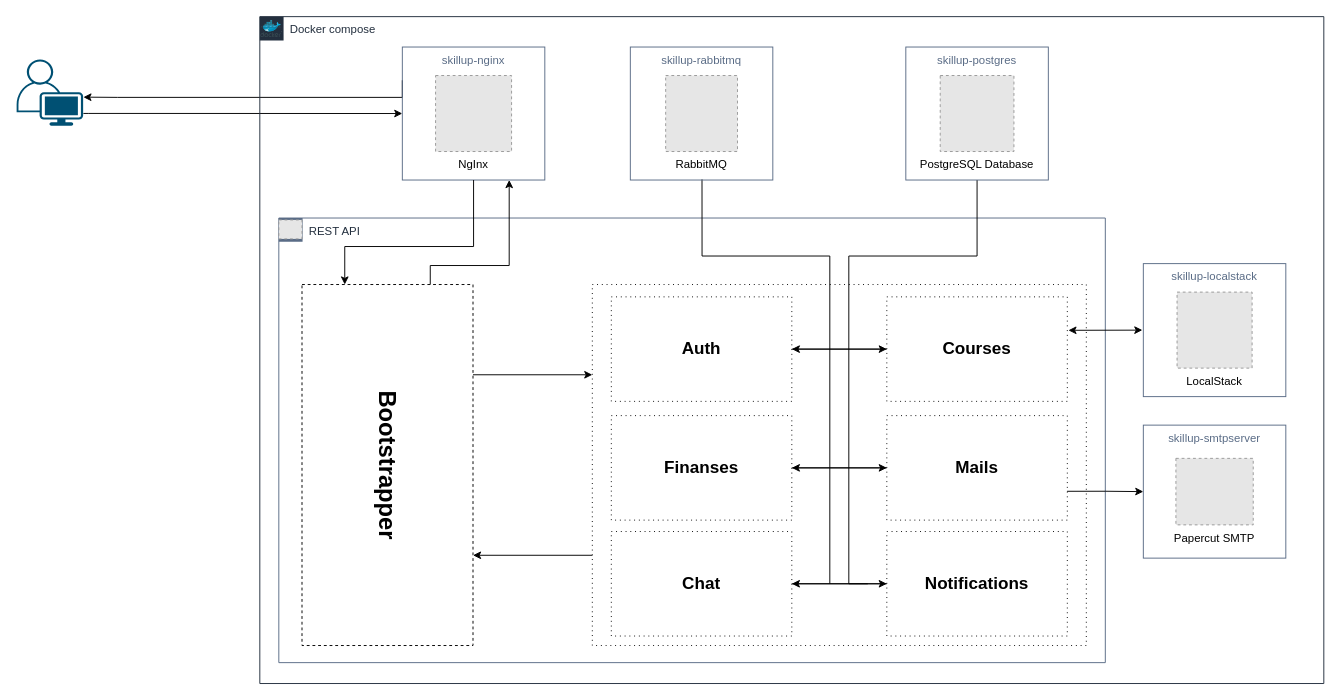
Above: page "Application-Dev" (2 of 2) of src/documentation/graphs.drawio in FriZiii/SkillUp (draw.io), before the change. Source tidied: cells renumbered, new cells numbered last; positions are measured from the earlier drawing's top-left corner, leaving out a move shared by most shapes. Both pictures are drawn from the tidied source at 95%, with x=0, y=0 at pixel (16, 16). Pictures stored in the file or linked from it are replaced by grey dashed boxes.
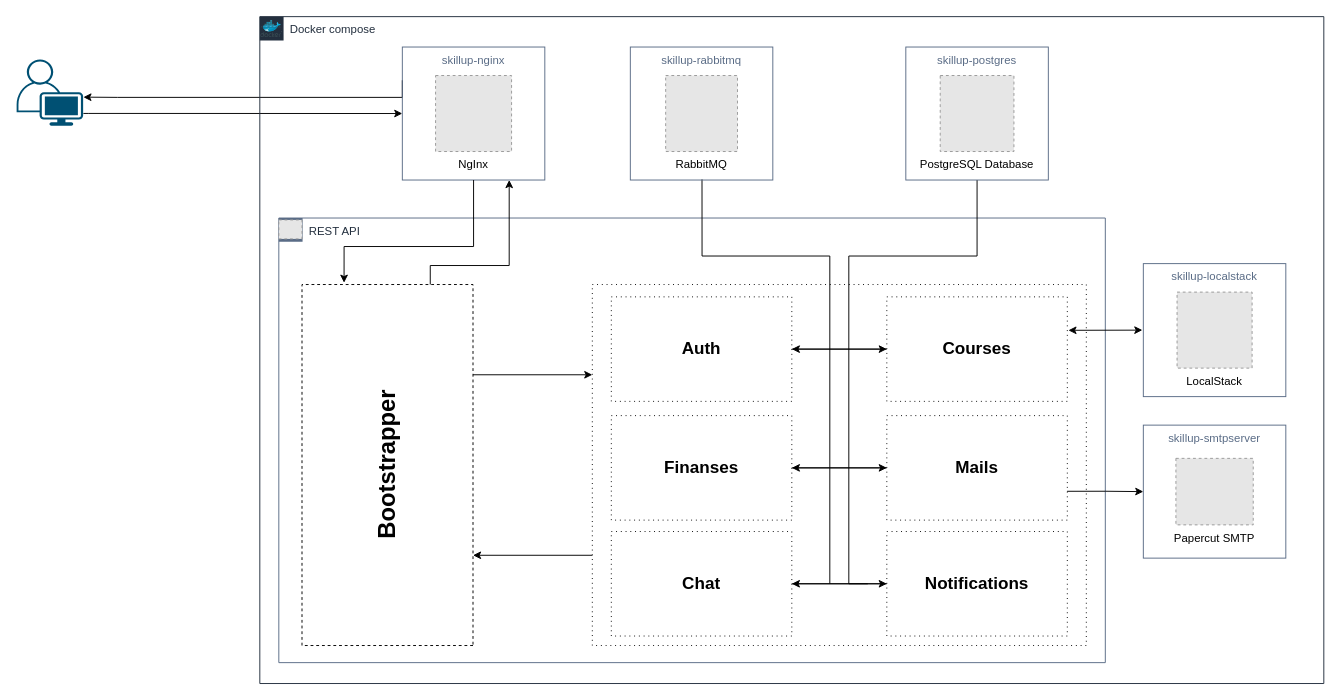
The same diagram, later.

Unchanged cells that the change refers to:
```xml
<mxCell id="5" value="Docker compose" style="gradientColor=none;html=1;whiteSpace=wrap;fontSize=12;fontStyle=0;shape=mxgraph.aws4.group;grIcon=mxgraph.aws4.group_aws_cloud_alt;strokeColor=#232F3E;fillColor=none;verticalAlign=top;align=left;spacingLeft=30;fontColor=#232F3E;dashed=0;" parent="1" vertex="1">
  <mxGeometry x="256" width="1120" height="702" as="geometry" />
</mxCell>
<mxCell id="7" value="skillup-nginx" style="fillColor=none;strokeColor=#5A6C86;verticalAlign=top;fontStyle=0;fontColor=#5A6C86;whiteSpace=wrap;html=1;" parent="5" vertex="1">
  <mxGeometry x="150" y="32" width="150" height="140" as="geometry" />
</mxCell>
<mxCell id="9" value="REST API" style="points=[[0,0],[0.25,0],[0.5,0],[0.75,0],[1,0],[1,0.25],[1,0.5],[1,0.75],[1,1],[0.75,1],[0.5,1],[0.25,1],[0,1],[0,0.75],[0,0.5],[0,0.25]];outlineConnect=0;gradientColor=none;html=1;whiteSpace=wrap;fontSize=12;fontStyle=0;shape=mxgraph.aws4.group;grIcon=mxgraph.aws4.group_aws_cloud_alt;strokeColor=#5A6C86;fillColor=none;verticalAlign=top;align=left;spacingLeft=30;fontColor=#232F3E;" parent="5" vertex="1">
  <mxGeometry x="20" y="212" width="870" height="468" as="geometry" />
</mxCell>
<mxCell id="11" value="&lt;h2&gt;&lt;br&gt;&lt;/h2&gt;" style="rounded=0;whiteSpace=wrap;html=1;dashed=1;dashPattern=1 4;fillColor=none;" parent="9" vertex="1">
  <mxGeometry x="330" y="70" width="520" height="380" as="geometry" />
</mxCell>
```

Change to the diagram source:
```diff
@@
-    <mxCell id="10" style="edgeStyle=orthogonalEdgeStyle;rounded=0;jettySize=auto;html=1;exitX=0;exitY=0.75;exitDx=0;exitDy=0;entryX=1;entryY=0.75;entryDx=0;entryDy=0;" parent="9" edge="1" source="11" target="14">
+    <mxCell id="10" style="edgeStyle=orthogonalEdgeStyle;rounded=0;jettySize=auto;html=1;exitX=0;exitY=0.75;exitDx=0;exitDy=0;entryX=0;entryY=0.25;entryDx=0;entryDy=0;" parent="9" edge="1" source="11" target="14">
       <mxGeometry relative="1" as="geometry" />
     </mxCell>
@@
-    <mxCell id="13" style="edgeStyle=orthogonalEdgeStyle;rounded=0;jettySize=auto;html=1;exitX=1;exitY=0.25;exitDx=0;exitDy=0;entryX=0;entryY=0.25;entryDx=0;entryDy=0;" parent="9" edge="1" source="14" target="11">
+    <mxCell id="13" style="edgeStyle=orthogonalEdgeStyle;rounded=0;jettySize=auto;html=1;exitX=0;exitY=0.75;exitDx=0;exitDy=0;entryX=0;entryY=0.25;entryDx=0;entryDy=0;" parent="9" edge="1" source="14" target="11">
       <mxGeometry relative="1" as="geometry" />
     </mxCell>
-    <mxCell id="14" value="&lt;h3 style=&quot;font-size: 25px;&quot;&gt;Bootstrapper&lt;/h3&gt;" style="rounded=0;whiteSpace=wrap;html=1;dashed=1;fillColor=none;flipH=0;flipV=0;fontSize=24;textDirection=vertical-lr;horizontal=1;verticalAlign=middle;align=center;labelPosition=center;verticalLabelPosition=middle;direction=east;" parent="9" vertex="1">
+    <mxCell id="14" value="&lt;h3 style=&quot;font-size: 25px;&quot;&gt;Bootstrapper&lt;/h3&gt;" style="rounded=0;whiteSpace=wrap;html=1;dashed=1;fillColor=none;flipH=0;flipV=0;fontSize=24;textDirection=vertical-lr;horizontal=1;verticalAlign=middle;align=center;labelPosition=center;verticalLabelPosition=middle;direction=east;rotation=-180;" parent="9" vertex="1">
       <mxGeometry x="24.4" y="70" width="180" height="380" as="geometry" />
     </mxCell>
@@
-    <mxCell id="28" style="edgeStyle=orthogonalEdgeStyle;rounded=0;jettySize=auto;html=1;entryX=0.25;entryY=0;entryDx=0;entryDy=0;" parent="5" edge="1" source="7" target="14">
+    <mxCell id="28" style="edgeStyle=orthogonalEdgeStyle;rounded=0;jettySize=auto;html=1;entryX=0.754;entryY=1.005;entryDx=0;entryDy=0;entryPerimeter=0;" parent="5" edge="1" source="7" target="14">
       <mxGeometry relative="1" as="geometry">
         <Array as="points">
           <mxPoint x="225" y="242" />
           <mxPoint x="89" y="242" />
         </Array>
       </mxGeometry>
     </mxCell>
-    <mxCell id="29" style="edgeStyle=orthogonalEdgeStyle;rounded=0;jettySize=auto;html=1;exitX=0.75;exitY=0;exitDx=0;exitDy=0;entryX=0.75;entryY=1;entryDx=0;entryDy=0;" parent="5" edge="1" source="14" target="7">
+    <mxCell id="29" style="edgeStyle=orthogonalEdgeStyle;rounded=0;jettySize=auto;html=1;exitX=0.25;exitY=1;exitDx=0;exitDy=0;entryX=0.75;entryY=1;entryDx=0;entryDy=0;" parent="5" edge="1" source="14" target="7">
       <mxGeometry relative="1" as="geometry">
         <Array as="points">
           <mxPoint x="179" y="262" />
-          <mxPoint x="262" y="262" />
+          <mxPoint x="263" y="262" />
         </Array>
       </mxGeometry>
     </mxCell>
```
